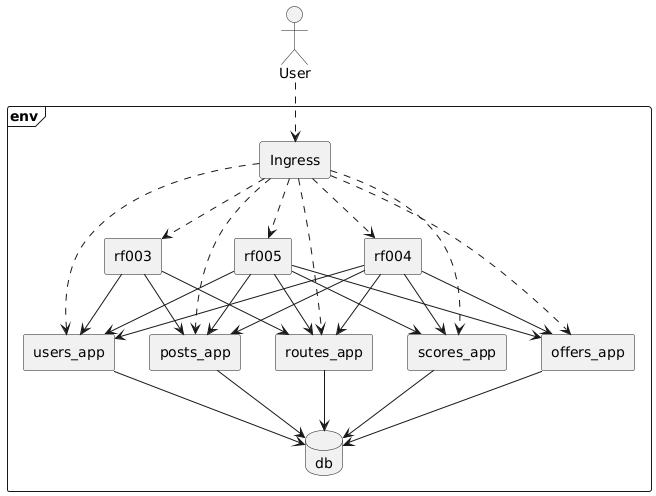
Before: docs/diagrams/components.png, a diagram exported from PlantUML (EstebanCardenas/MISW4301---Cloud-Native).
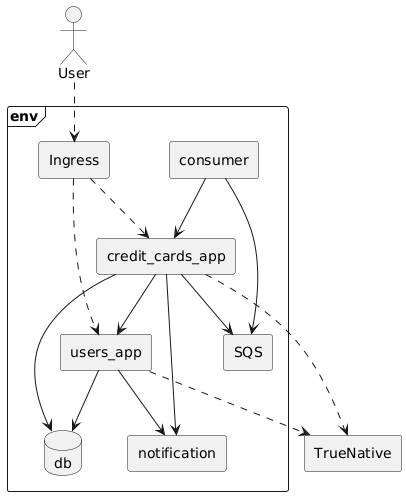
The same diagram one commit later.

Diff of the diagram source:
```diff
@@ -2,6 +2,8 @@
 skinparam componentStyle rectangle
 
 actor User
+
+component "TrueNative" as TrueNative
 
 frame "env" {
 
@@ -9,51 +11,34 @@
 
     component "users_app" as usersApp
 
-    component "posts_app" as postsApp
+    component "credit_cards_app" as creditCardsApp
 
-    component "offers_app" as offersApp
+    component "consumer" as consumer
 
-    component "routes_app" as routesApp
+    component "SQS" as sqs
 
-    component "scores_app" as scoresApp
-
-    component "rf003" as rf003
-    component "rf004" as rf004
-    component "rf005" as rf005
+    component "notification" as notificationApp
 
     User ..> ingress
 
     ingress ..> usersApp
-    ingress ..> postsApp
-    ingress ..> routesApp
-    ingress ..> offersApp
-    ingress ..> scoresApp
-    ingress ..> rf003
-    ingress ..> rf004
-    ingress ..> rf005
+    ingress ..> creditCardsApp
 
-    rf003 --> usersApp
-    rf003 --> postsApp
-    rf003 --> routesApp
+    consumer --> creditCardsApp
+    creditCardsApp --> usersApp
 
-    rf004 --> usersApp
-    rf004 --> postsApp
-    rf004 --> routesApp
-    rf004 --> offersApp
-    rf004 --> scoresApp
+    creditCardsApp --> notificationApp
+    usersApp --> notificationApp
 
-    rf005 --> usersApp
-    rf005 --> postsApp
-    rf005 --> routesApp
-    rf005 --> offersApp
-    rf005 --> scoresApp
-
+    consumer --> sqs
+    creditCardsApp --> sqs
 
     database "db" as db
     usersApp --> db
-    postsApp --> db
-    offersApp --> db
-    routesApp --> db
-    scoresApp --> db
+    creditCardsApp --> db
 }
+
+usersApp ..> TrueNative
+creditCardsApp ..> TrueNative
+
 @enduml
```
